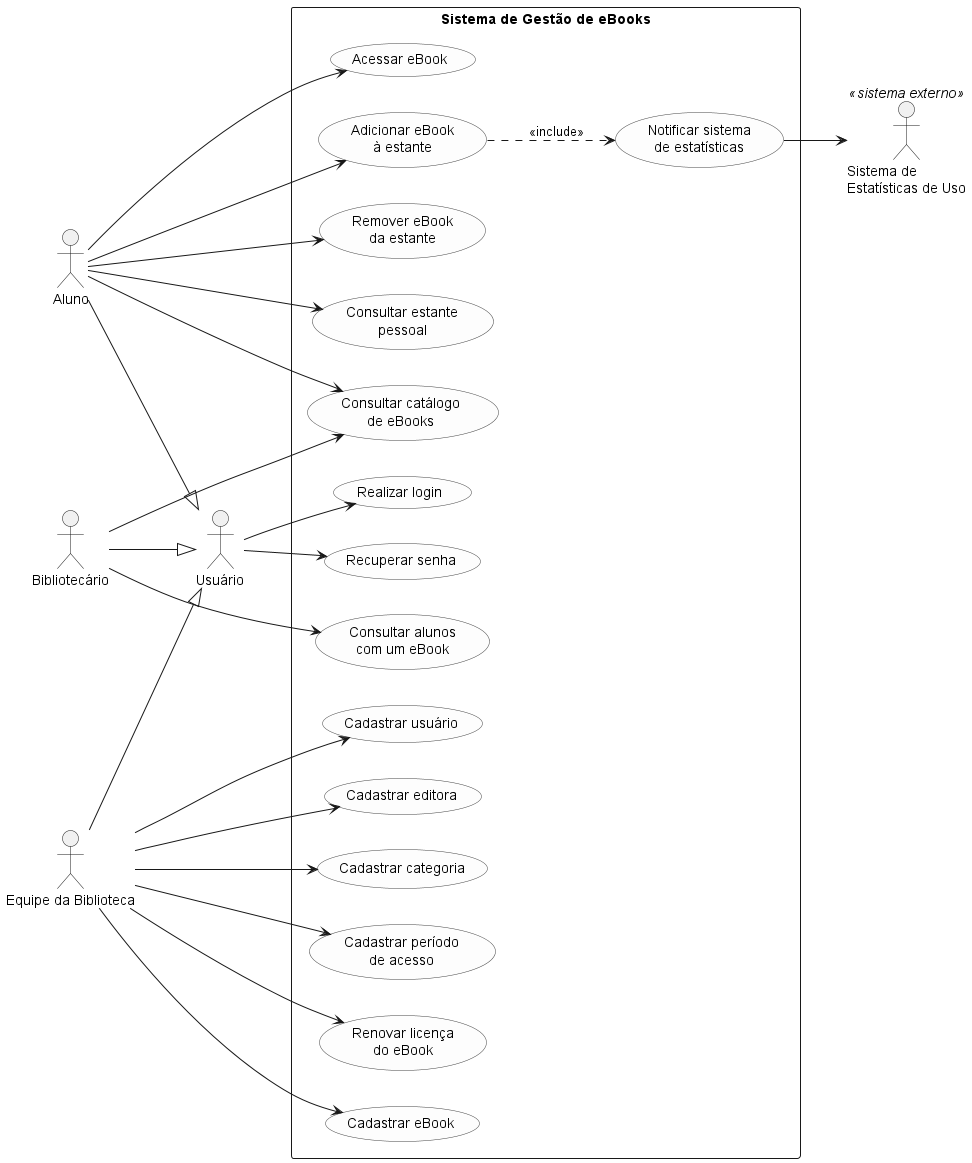
Before: docs/diagramas/casos_de_uso_ebooks.png, a diagram exported from PlantUML (Aklages/lab01-ebooks-biblioteca). Source of this version:
```plantuml
@startuml casos_de_uso_ebooks

left to right direction
skinparam packageStyle rectangle
skinparam shadowing false
skinparam usecase {
  BackgroundColor #FDFDFD
  BorderColor #444444
}

rectangle "Sistema de Gestão de eBooks" {

  usecase "Realizar login" as UC01
  usecase "Recuperar senha" as UC02

  usecase "Cadastrar eBook" as UC03
  usecase "Cadastrar usuário" as UC04
  usecase "Cadastrar editora" as UC05
  usecase "Cadastrar categoria" as UC06
  usecase "Cadastrar período\nde acesso" as UC07
  usecase "Renovar licença\ndo eBook" as UC08

  usecase "Consultar catálogo\nde eBooks" as UC09
  usecase "Consultar alunos\ncom um eBook" as UC10

  usecase "Adicionar eBook\nà estante" as UC11
  usecase "Remover eBook\nda estante" as UC12
  usecase "Consultar estante\npessoal" as UC13
  usecase "Acessar eBook" as UC14

  usecase "Notificar sistema\nde estatísticas" as UC17
}


actor Usuario as "Usuário"
actor Aluno as "Aluno"
actor Bibliotecario as "Bibliotecário"
actor Equipe as "Equipe da Biblioteca"

Aluno --|> Usuario
Bibliotecario --|> Usuario
Equipe --|> Usuario

actor Estatisticas as "Sistema de\nEstatísticas de Uso" <<sistema externo>>

Usuario --> UC01
Usuario --> UC02

Equipe --> UC03
Equipe --> UC04
Equipe --> UC05
Equipe --> UC06
Equipe --> UC07
Equipe --> UC08

Bibliotecario --> UC09
Bibliotecario --> UC10

Aluno --> UC09
Aluno --> UC11
Aluno --> UC12
Aluno --> UC13
Aluno --> UC14

UC17 --> Estatisticas

UC11 ..> UC17 : <<include>>

@enduml
```
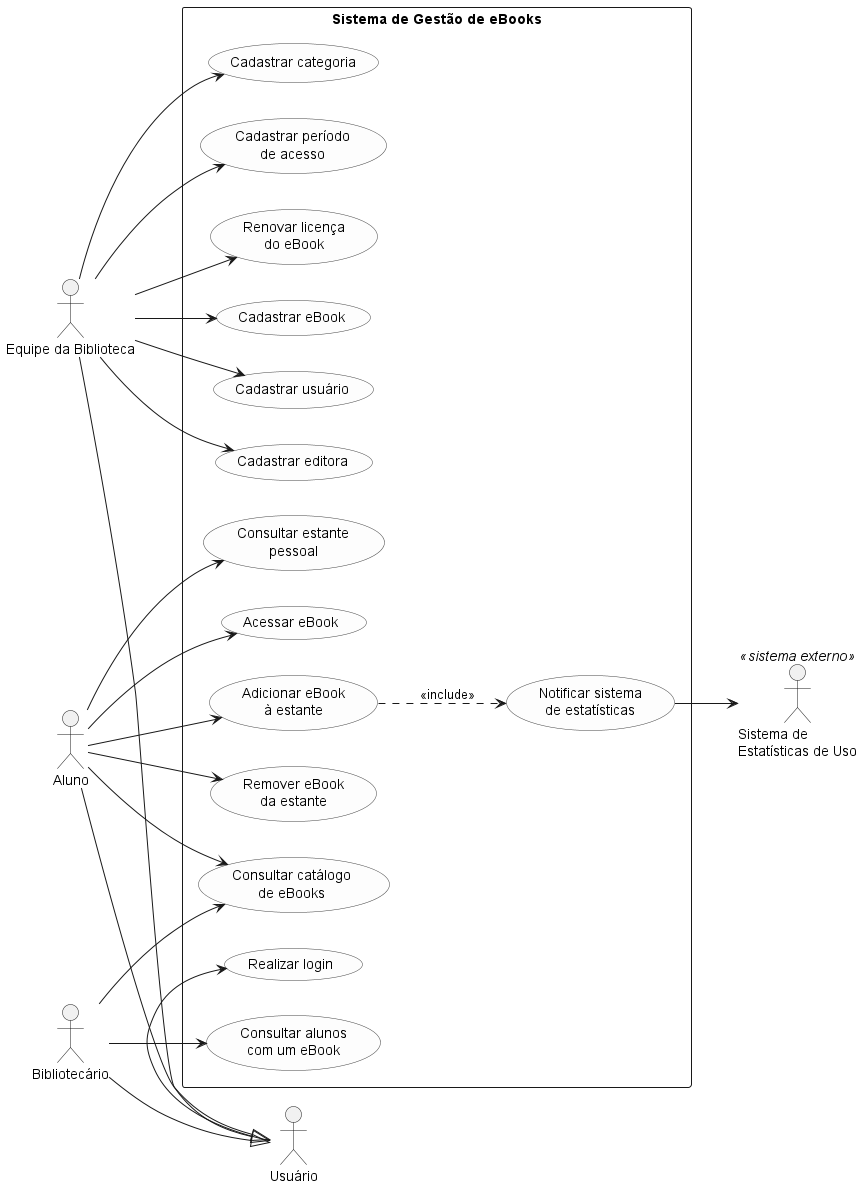
After the change.

Commit message:
docs: Removendo requisito alterar usuario

Diff of the diagram source:
```diff
@@ -11,26 +11,24 @@
 rectangle "Sistema de Gestão de eBooks" {
 
   usecase "Realizar login" as UC01
-  usecase "Recuperar senha" as UC02
 
-  usecase "Cadastrar eBook" as UC03
-  usecase "Cadastrar usuário" as UC04
-  usecase "Cadastrar editora" as UC05
-  usecase "Cadastrar categoria" as UC06
-  usecase "Cadastrar período\nde acesso" as UC07
-  usecase "Renovar licença\ndo eBook" as UC08
+  usecase "Cadastrar eBook" as UC02
+  usecase "Cadastrar usuário" as UC03
+  usecase "Cadastrar editora" as UC04
+  usecase "Cadastrar categoria" as UC05
+  usecase "Cadastrar período\nde acesso" as UC06
+  usecase "Renovar licença\ndo eBook" as UC07
 
-  usecase "Consultar catálogo\nde eBooks" as UC09
-  usecase "Consultar alunos\ncom um eBook" as UC10
+  usecase "Consultar catálogo\nde eBooks" as UC08
+  usecase "Consultar alunos\ncom um eBook" as UC09
 
-  usecase "Adicionar eBook\nà estante" as UC11
-  usecase "Remover eBook\nda estante" as UC12
-  usecase "Consultar estante\npessoal" as UC13
-  usecase "Acessar eBook" as UC14
+  usecase "Adicionar eBook\nà estante" as UC10
+  usecase "Remover eBook\nda estante" as UC11
+  usecase "Consultar estante\npessoal" as UC12
+  usecase "Acessar eBook" as UC13
 
-  usecase "Notificar sistema\nde estatísticas" as UC17
+  usecase "Notificar sistema\nde estatísticas" as UC14
 }
-
 
 actor Usuario as "Usuário"
 actor Aluno as "Aluno"
@@ -44,26 +42,25 @@
 actor Estatisticas as "Sistema de\nEstatísticas de Uso" <<sistema externo>>
 
 Usuario --> UC01
-Usuario --> UC02
 
+Equipe --> UC02
 Equipe --> UC03
 Equipe --> UC04
 Equipe --> UC05
 Equipe --> UC06
 Equipe --> UC07
-Equipe --> UC08
 
+Bibliotecario --> UC08
 Bibliotecario --> UC09
-Bibliotecario --> UC10
 
-Aluno --> UC09
+Aluno --> UC08
+Aluno --> UC10
 Aluno --> UC11
 Aluno --> UC12
 Aluno --> UC13
-Aluno --> UC14
 
-UC17 --> Estatisticas
+UC14 --> Estatisticas
 
-UC11 ..> UC17 : <<include>>
+UC10 ..> UC14 : <<include>>
 
 @enduml
```
